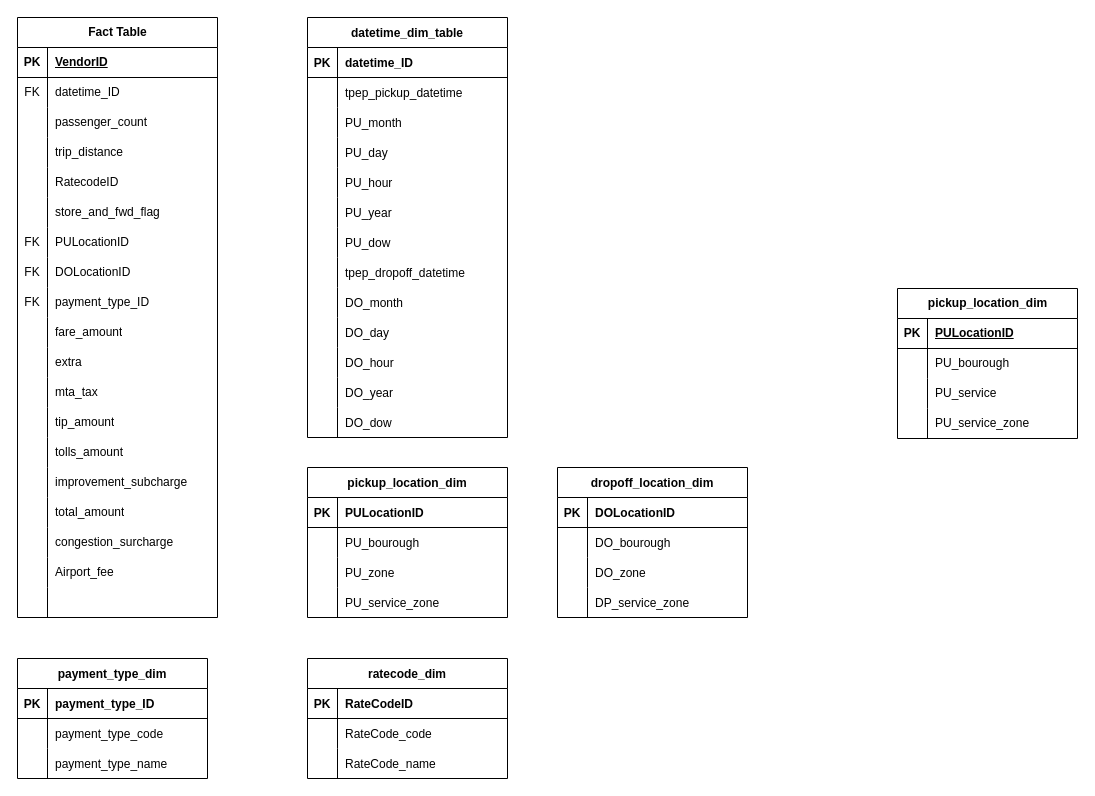
Above: NYC_Taxi_Schema.drawio in peterychu/NYC-Taxi-Data-Anaysis (draw.io), before the change. Source tidied: cells renumbered, new cells numbered last; positions are measured from the earlier drawing's top-left corner, leaving out a move shared by most shapes. Both pictures are drawn from the tidied source at 100%, with x=0, y=0 at pixel (17, 17).
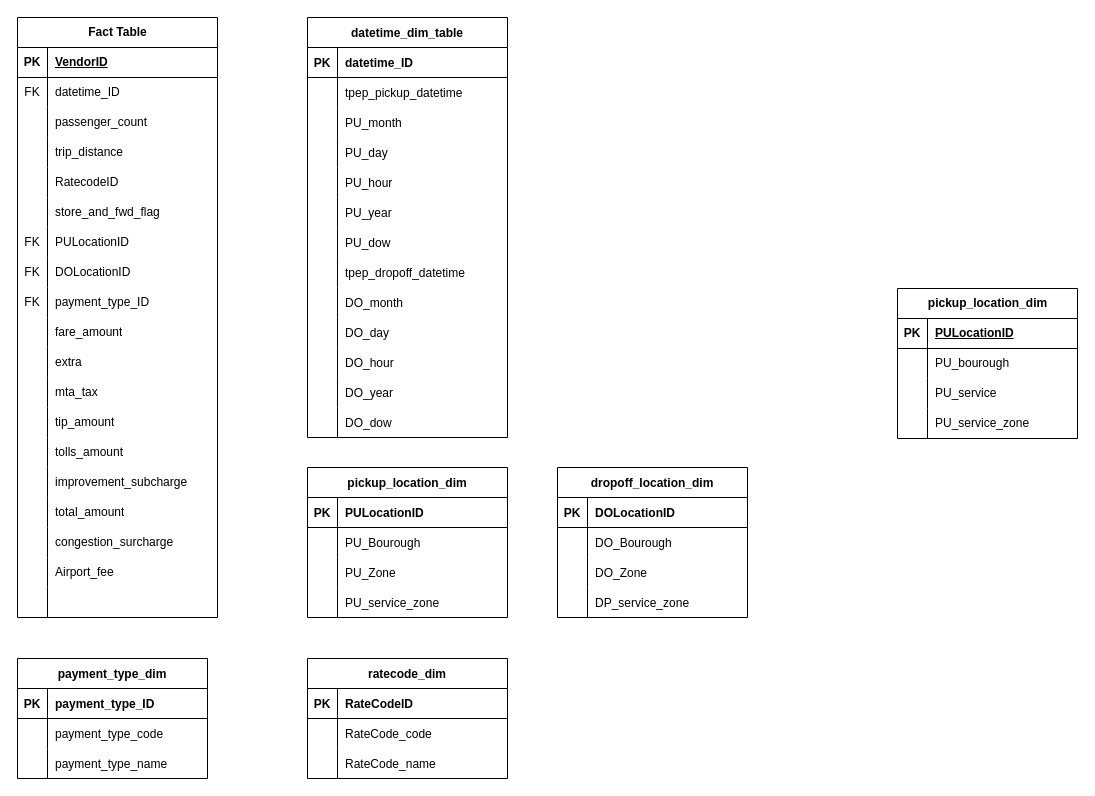
The same page after the edit.

Commit message:
Star Schema of the data

The change refers to these unchanged cells:
```xml
<mxCell id="127" style="shape=partialRectangle;fillColor=none;top=0;left=0;right=0;bottom=0;" parent="123" vertex="1">
  <mxGeometry y="60" width="200" height="30" as="geometry" />
</mxCell>
<mxCell id="130" style="shape=partialRectangle;fillColor=none;top=0;left=0;right=0;bottom=0;" parent="123" vertex="1">
  <mxGeometry y="90" width="200" height="30" as="geometry" />
</mxCell>
<mxCell id="140" style="shape=partialRectangle;fillColor=none;top=0;left=0;right=0;bottom=0;" parent="136" vertex="1">
  <mxGeometry y="60" width="190" height="30" as="geometry" />
</mxCell>
<mxCell id="143" style="shape=partialRectangle;fillColor=none;top=0;left=0;right=0;bottom=0;" parent="136" vertex="1">
  <mxGeometry y="90" width="190" height="30" as="geometry" />
</mxCell>
```

Change to the diagram source:
```diff
@@
-    <mxCell id="129" value="PU_bourough" style="shape=partialRectangle;overflow=hidden;fillColor=none;top=0;left=0;bottom=0;right=0;align=left;spacingLeft=6;" parent="127" vertex="1">
+    <mxCell id="129" value="PU_Bourough" style="shape=partialRectangle;overflow=hidden;fillColor=none;top=0;left=0;bottom=0;right=0;align=left;spacingLeft=6;" parent="127" vertex="1">
       <mxGeometry x="30" width="170" height="30" as="geometry" />
     </mxCell>
@@
-    <mxCell id="132" value="PU_zone" style="shape=partialRectangle;overflow=hidden;fillColor=none;top=0;left=0;bottom=0;right=0;align=left;spacingLeft=6;" parent="130" vertex="1">
+    <mxCell id="132" value="PU_Zone" style="shape=partialRectangle;overflow=hidden;fillColor=none;top=0;left=0;bottom=0;right=0;align=left;spacingLeft=6;" parent="130" vertex="1">
       <mxGeometry x="30" width="170" height="30" as="geometry" />
     </mxCell>
@@
-    <mxCell id="142" value="DO_bourough" style="shape=partialRectangle;overflow=hidden;fillColor=none;top=0;left=0;bottom=0;right=0;align=left;spacingLeft=6;" parent="140" vertex="1">
+    <mxCell id="142" value="DO_Bourough" style="shape=partialRectangle;overflow=hidden;fillColor=none;top=0;left=0;bottom=0;right=0;align=left;spacingLeft=6;" parent="140" vertex="1">
       <mxGeometry x="30" width="160" height="30" as="geometry" />
     </mxCell>
@@
-    <mxCell id="145" value="DO_zone" style="shape=partialRectangle;overflow=hidden;fillColor=none;top=0;left=0;bottom=0;right=0;align=left;spacingLeft=6;" parent="143" vertex="1">
+    <mxCell id="145" value="DO_Zone" style="shape=partialRectangle;overflow=hidden;fillColor=none;top=0;left=0;bottom=0;right=0;align=left;spacingLeft=6;" parent="143" vertex="1">
       <mxGeometry x="30" width="160" height="30" as="geometry" />
     </mxCell>
```
